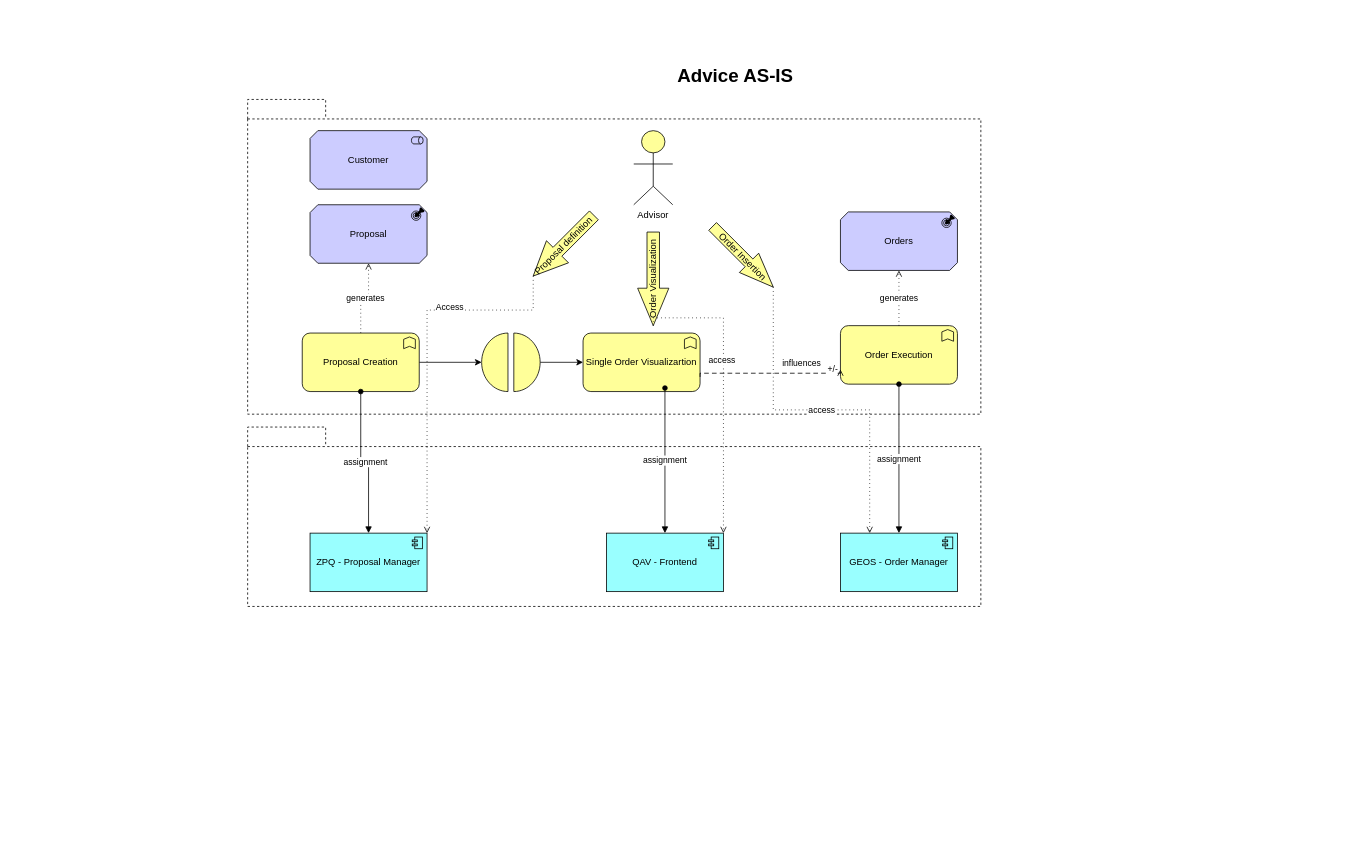
The draw.io diagram desing/Untitled Diagram.drawio in marcogenovaunicredit/adv-ba-process, before the edit. Source tidied: cells renumbered, new cells numbered last; positions are measured from the earlier drawing's top-left corner, leaving out a move shared by most shapes. Both pictures are drawn from the tidied source at 78%, with x=0, y=0 at pixel (115, 60).
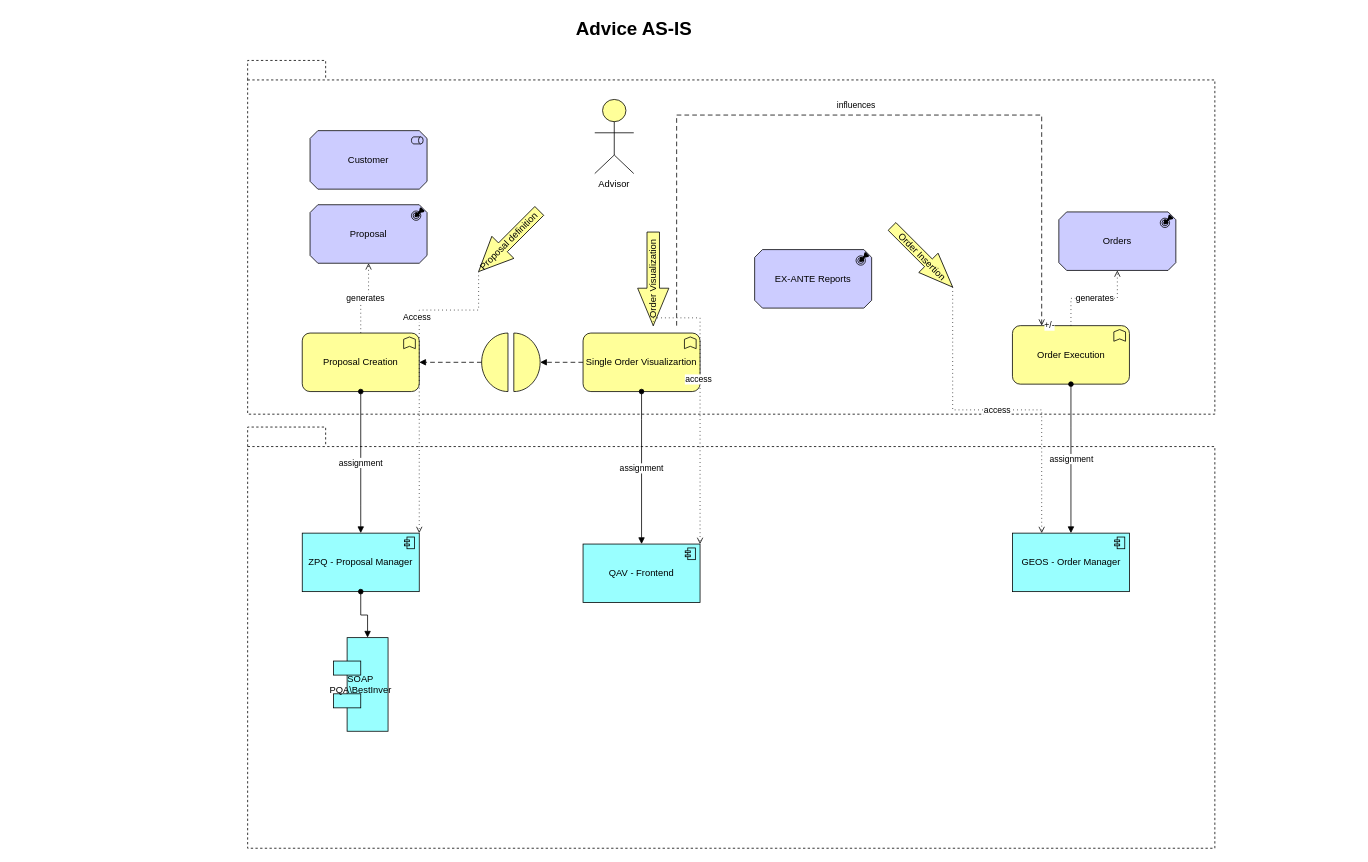
After the change.

Unchanged cells that the change refers to:
```xml
<mxCell id="6" value="Proposal Creation" style="html=1;outlineConnect=0;whiteSpace=wrap;fillColor=#ffff99;shape=mxgraph.archimate3.application;appType=func;archiType=rounded;" parent="1" vertex="1">
  <mxGeometry x="240" y="349.5" width="150" height="75" as="geometry" />
</mxCell>
<mxCell id="8" style="html=1;outlineConnect=0;whiteSpace=wrap;fillColor=#ffff99;shape=mxgraph.archimate3.interaction;" parent="1" vertex="1">
  <mxGeometry x="470" y="349.5" width="75" height="75" as="geometry" />
</mxCell>
<mxCell id="9" value="Single Order Visualizartion" style="html=1;outlineConnect=0;whiteSpace=wrap;fillColor=#ffff99;shape=mxgraph.archimate3.application;appType=func;archiType=rounded;" parent="1" vertex="1">
  <mxGeometry x="600" y="349.5" width="150" height="75" as="geometry" />
</mxCell>
```

Diff of the diagram source:
```diff
@@
     <mxCell id="2" style="shape=folder;spacingTop=10;tabWidth=100;tabHeight=25;tabPosition=left;html=1;dashed=1;" parent="1" vertex="1">
-      <mxGeometry x="170" y="470" width="940" height="230" as="geometry" />
+      <mxGeometry x="170" y="470" width="1240" height="540" as="geometry" />
     </mxCell>
     <mxCell id="3" style="shape=folder;spacingTop=10;tabWidth=100;tabHeight=25;tabPosition=left;html=1;dashed=1;" parent="1" vertex="1">
-      <mxGeometry x="170" y="50" width="940" height="403.5" as="geometry" />
+      <mxGeometry x="170" width="1240" height="453.5" as="geometry" />
     </mxCell>
     <mxCell id="4" value="Advice AS-IS" style="text;strokeColor=none;fillColor=none;html=1;fontSize=24;fontStyle=1;verticalAlign=middle;align=center;" parent="1" vertex="1">
-      <mxGeometry width="1590" height="40" as="geometry" />
+      <mxGeometry x="-130" y="-60" width="1590" height="40" as="geometry" />
     </mxCell>
-    <mxCell id="5" style="edgeStyle=orthogonalEdgeStyle;rounded=0;jettySize=auto;html=1;entryX=0;entryY=0.5;entryDx=0;entryDy=0;entryPerimeter=0;" parent="1" edge="1" source="6" target="8">
-      <mxGeometry relative="1" as="geometry" />
-    </mxCell>
@@
-    <mxCell id="7" style="edgeStyle=orthogonalEdgeStyle;rounded=0;jettySize=auto;html=1;entryX=0;entryY=0.5;entryDx=0;entryDy=0;entryPerimeter=0;" parent="1" edge="1" source="8" target="9">
-      <mxGeometry relative="1" as="geometry" />
-    </mxCell>
@@
     <mxCell id="10" value="Advisor" style="html=1;whiteSpace=wrap;fillColor=#ffff99;verticalLabelPosition=bottom;verticalAlign=top;align=center;shape=mxgraph.archimate3.actor;" parent="1" vertex="1">
-      <mxGeometry x="665" y="90" width="50" height="95" as="geometry" />
+      <mxGeometry x="615" y="50" width="50" height="95" as="geometry" />
     </mxCell>
@@
     <mxCell id="12" value="Order Execution" style="html=1;outlineConnect=0;whiteSpace=wrap;fillColor=#ffff99;shape=mxgraph.archimate3.application;appType=func;archiType=rounded;" parent="1" vertex="1">
-      <mxGeometry x="930" y="340" width="150" height="75" as="geometry" />
+      <mxGeometry x="1150.5" y="340" width="150" height="75" as="geometry" />
     </mxCell>
     <mxCell id="13" value="Order Insertion" style="html=1;outlineConnect=0;whiteSpace=wrap;fillColor=#ffff99;shape=mxgraph.archimate3.process;rotation=45;" parent="1" vertex="1">
-      <mxGeometry x="750" y="234.2" width="110" height="35" as="geometry" />
+      <mxGeometry x="980" y="234.2" width="110" height="35" as="geometry" />
     </mxCell>
     <mxCell id="14" value="ZPQ - Proposal Manager" style="html=1;outlineConnect=0;whiteSpace=wrap;fillColor=#99ffff;shape=mxgraph.archimate3.application;appType=comp;archiType=square;" parent="1" vertex="1">
-      <mxGeometry x="250" y="606" width="150" height="75" as="geometry" />
+      <mxGeometry x="240" y="606" width="150" height="75" as="geometry" />
     </mxCell>
     <mxCell id="15" value="QAV - Frontend" style="html=1;outlineConnect=0;whiteSpace=wrap;fillColor=#99ffff;shape=mxgraph.archimate3.application;appType=comp;archiType=square;" parent="1" vertex="1">
-      <mxGeometry x="630" y="606" width="150" height="75" as="geometry" />
+      <mxGeometry x="600" y="620" width="150" height="75" as="geometry" />
     </mxCell>
     <mxCell id="16" value="GEOS - Order Manager" style="html=1;outlineConnect=0;whiteSpace=wrap;fillColor=#99ffff;shape=mxgraph.archimate3.application;appType=comp;archiType=square;" parent="1" vertex="1">
-      <mxGeometry x="930" y="606" width="150" height="75" as="geometry" />
+      <mxGeometry x="1150.5" y="606" width="150" height="75" as="geometry" />
     </mxCell>
     <mxCell id="17" value="assignment" style="endArrow=block;html=1;endFill=1;startArrow=oval;startFill=1;edgeStyle=elbowEdgeStyle;elbow=vertical;rounded=0;exitX=0.5;exitY=1;exitDx=0;exitDy=0;exitPerimeter=0;entryX=0.5;entryY=0;entryDx=0;entryDy=0;entryPerimeter=0;" parent="1" edge="1" source="6" target="14">
-      <mxGeometry relative="1" as="geometry" />
+      <mxGeometry relative="1" as="geometry">
+        <Array as="points">
+          <mxPoint x="310" y="570" />
+        </Array>
+      </mxGeometry>
     </mxCell>
-    <mxCell id="18" value="assignment" style="endArrow=block;html=1;endFill=1;startArrow=oval;startFill=1;edgeStyle=elbowEdgeStyle;elbow=vertical;rounded=0;entryX=0.5;entryY=0;entryDx=0;entryDy=0;entryPerimeter=0;" parent="1" edge="1" target="15">
+    <mxCell id="18" value="assignment" style="endArrow=block;html=1;endFill=1;startArrow=oval;startFill=1;edgeStyle=elbowEdgeStyle;elbow=vertical;rounded=0;entryX=0.5;entryY=0;entryDx=0;entryDy=0;entryPerimeter=0;exitX=0.5;exitY=1;exitDx=0;exitDy=0;exitPerimeter=0;" parent="1" edge="1" source="9" target="15">
       <mxGeometry relative="1" as="geometry">
-        <mxPoint x="705" y="420" as="sourcePoint" />
+        <Array as="points">
+          <mxPoint x="690" y="460" />
+        </Array>
       </mxGeometry>
     </mxCell>
     <mxCell id="19" value="assignment" style="endArrow=block;html=1;endFill=1;startArrow=oval;startFill=1;edgeStyle=elbowEdgeStyle;elbow=vertical;rounded=0;entryX=0.5;entryY=0;entryDx=0;entryDy=0;entryPerimeter=0;exitX=0.5;exitY=1;exitDx=0;exitDy=0;exitPerimeter=0;" parent="1" edge="1" source="12" target="16">
       <mxGeometry relative="1" as="geometry">
         <Array as="points">
-          <mxPoint x="990" y="470" />
+          <mxPoint x="1210.5" y="470" />
         </Array>
       </mxGeometry>
     </mxCell>
@@
     <mxCell id="25" value="Orders" style="html=1;outlineConnect=0;whiteSpace=wrap;fillColor=#CCCCFF;shape=mxgraph.archimate3.application;appType=outcome;archiType=oct;" parent="1" vertex="1">
-      <mxGeometry x="930" y="194.2" width="150" height="75" as="geometry" />
+      <mxGeometry x="1210" y="194.2" width="150" height="75" as="geometry" />
     </mxCell>
     <mxCell id="26" value="Proposal definition" style="html=1;outlineConnect=0;whiteSpace=wrap;fillColor=#ffff99;shape=mxgraph.archimate3.process;rotation=-45;direction=west;" parent="1" vertex="1">
-      <mxGeometry x="520" y="217.5" width="110" height="40" as="geometry" />
+      <mxGeometry x="450" y="211.8" width="110" height="40" as="geometry" />
     </mxCell>
@@
-    <mxCell id="31" value="+/-" style="edgeStyle=elbowEdgeStyle;html=1;endArrow=open;elbow=vertical;endFill=0;dashed=1;dashPattern=6 4;rounded=0;exitX=1;exitY=0.75;exitDx=0;exitDy=0;exitPerimeter=0;entryX=0;entryY=0.75;entryDx=0;entryDy=0;entryPerimeter=0;" parent="1" edge="1" source="9" target="12">
-      <mxGeometry x="1" y="10" relative="1" as="geometry" />
+    <mxCell id="31" value="+/-" style="edgeStyle=elbowEdgeStyle;html=1;endArrow=open;elbow=vertical;endFill=0;dashed=1;dashPattern=6 4;rounded=0;entryX=0.25;entryY=0;entryDx=0;entryDy=0;entryPerimeter=0;" parent="1" edge="1" target="12">
+      <mxGeometry x="1" y="10" relative="1" as="geometry">
+        <mxPoint x="720" y="340" as="sourcePoint" />
+        <Array as="points">
+          <mxPoint x="890" y="70" />
+          <mxPoint x="880" y="310" />
+          <mxPoint x="890" y="360" />
+        </Array>
+      </mxGeometry>
     </mxCell>
@@
+    <mxCell id="33" value="EX-ANTE Reports" style="html=1;whiteSpace=wrap;fillColor=#CCCCFF;shape=mxgraph.archimate3.application;appType=outcome;archiType=oct;" parent="1" vertex="1">
+      <mxGeometry x="820" y="242.5" width="150" height="75" as="geometry" />
+    </mxCell>
+    <mxCell id="34" value="SOAP PQA\BestInver" style="html=1;outlineConnect=0;whiteSpace=wrap;fillColor=#99ffff;shape=mxgraph.archimate3.component;" parent="1" vertex="1">
+      <mxGeometry x="280" y="740" width="70" height="120" as="geometry" />
+    </mxCell>
+    <mxCell id="35" style="endArrow=block;html=1;endFill=1;startArrow=oval;startFill=1;edgeStyle=elbowEdgeStyle;elbow=vertical;rounded=0;exitX=0.5;exitY=1;exitDx=0;exitDy=0;exitPerimeter=0;entryX=0.625;entryY=0;entryDx=0;entryDy=0;entryPerimeter=0;" parent="1" edge="1" source="14" target="34">
+      <mxGeometry relative="1" as="geometry" />
+    </mxCell>
+    <mxCell id="36" style="edgeStyle=elbowEdgeStyle;html=1;endArrow=block;dashed=1;elbow=vertical;endFill=1;dashPattern=6 4;rounded=0;entryX=1;entryY=0.5;entryDx=0;entryDy=0;entryPerimeter=0;exitX=0;exitY=0.5;exitDx=0;exitDy=0;exitPerimeter=0;" parent="1" edge="1" source="9" target="8">
+      <mxGeometry relative="1" as="geometry" />
+    </mxCell>
+    <mxCell id="37" style="edgeStyle=elbowEdgeStyle;html=1;endArrow=block;dashed=1;elbow=vertical;endFill=1;dashPattern=6 4;rounded=0;entryX=1;entryY=0.5;entryDx=0;entryDy=0;entryPerimeter=0;exitX=0;exitY=0.5;exitDx=0;exitDy=0;exitPerimeter=0;" parent="1" edge="1" source="8" target="6">
+      <mxGeometry relative="1" as="geometry" />
+    </mxCell>
```
